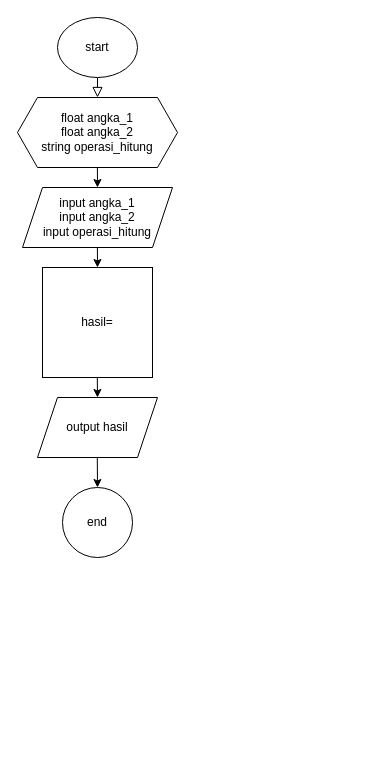
This is Untitled Diagram.drawio from keidiedhere/MICRO-QUIZ-2, a draw.io file, before an edit. Source tidied: cells renumbered, new cells numbered last; positions are measured from the earlier drawing's top-left corner, leaving out a move shared by most shapes. Both pictures are drawn from the tidied source at 100%, with x=0, y=0 at pixel (17, 17).
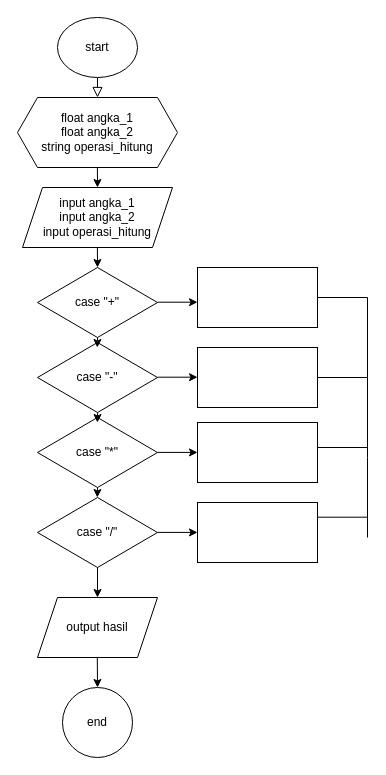
After the change.

Commit message (it also covers changes not shown here):
Update flowchart_calc

Diff of the diagram source:
```diff
@@
-    <mxCell id="8" value="hasil= " style="whiteSpace=wrap;html=1;" parent="1" vertex="1">
-      <mxGeometry x="25" y="250" width="110" height="110" as="geometry" />
-    </mxCell>
-    <mxCell id="9" style="endArrow=classic;html=1;rounded=0;" parent="1" edge="1">
+    <mxCell id="9" style="endArrow=classic;html=1;rounded=0;exitX=0.5;exitY=0.949;exitDx=0;exitDy=0;exitPerimeter=0;" parent="1" edge="1" source="28">
       <mxGeometry relative="1" as="geometry">
-        <mxPoint x="79.8" y="360" as="sourcePoint" />
-        <mxPoint x="80" y="380" as="targetPoint" />
+        <mxPoint x="80" y="580" as="targetPoint" />
       </mxGeometry>
     </mxCell>
     <mxCell id="10" value="output hasil" style="shape=parallelogram;perimeter=parallelogramPerimeter;whiteSpace=wrap;html=1;fixedSize=1;" parent="1" vertex="1">
-      <mxGeometry x="20" y="380" width="120" height="60" as="geometry" />
+      <mxGeometry x="20" y="580" width="120" height="60" as="geometry" />
     </mxCell>
     <mxCell id="11" style="endArrow=classic;html=1;rounded=0;" parent="1" edge="1">
       <mxGeometry relative="1" as="geometry">
-        <mxPoint x="79.8" y="440" as="sourcePoint" />
-        <mxPoint x="80" y="470" as="targetPoint" />
+        <mxPoint x="79.8" y="640" as="sourcePoint" />
+        <mxPoint x="80" y="670" as="targetPoint" />
       </mxGeometry>
     </mxCell>
     <mxCell id="12" value="end" style="ellipse;whiteSpace=wrap;html=1;" parent="1" vertex="1">
-      <mxGeometry x="45" y="470" width="70" height="70" as="geometry" />
+      <mxGeometry x="45" y="670" width="70" height="70" as="geometry" />
     </mxCell>
+    <mxCell id="13" value="case &quot;+&quot;" style="rhombus;whiteSpace=wrap;html=1;" parent="1" vertex="1">
+      <mxGeometry x="20" y="250" width="120" height="70" as="geometry" />
+    </mxCell>
+    <mxCell id="14" style="endArrow=classic;html=1;rounded=0;" parent="1" edge="1">
+      <mxGeometry relative="1" as="geometry">
+        <mxPoint x="140" y="284.7" as="sourcePoint" />
+        <mxPoint x="180" y="284.7" as="targetPoint" />
+      </mxGeometry>
+    </mxCell>
+    <mxCell id="15" style="rounded=0;whiteSpace=wrap;html=1;" parent="1" vertex="1">
+      <mxGeometry x="180" y="250" width="120" height="60" as="geometry" />
+    </mxCell>
+    <mxCell id="16" style="endArrow=none;html=1;rounded=0;" parent="1" edge="1">
+      <mxGeometry relative="1" as="geometry">
+        <mxPoint x="300" y="280" as="sourcePoint" />
+        <mxPoint x="350" y="280" as="targetPoint" />
+      </mxGeometry>
+    </mxCell>
+    <mxCell id="17" style="endArrow=none;html=1;rounded=0;" parent="1" edge="1">
+      <mxGeometry relative="1" as="geometry">
+        <mxPoint x="350" y="360" as="sourcePoint" />
+        <mxPoint x="350" y="280" as="targetPoint" />
+      </mxGeometry>
+    </mxCell>
+    <mxCell id="18" style="endArrow=none;html=1;rounded=0;" parent="1" edge="1">
+      <mxGeometry relative="1" as="geometry">
+        <mxPoint x="300" y="360" as="sourcePoint" />
+        <mxPoint x="350" y="360" as="targetPoint" />
+      </mxGeometry>
+    </mxCell>
+    <mxCell id="19" style="rounded=0;whiteSpace=wrap;html=1;" parent="1" vertex="1">
+      <mxGeometry x="180" y="330" width="120" height="60" as="geometry" />
+    </mxCell>
+    <mxCell id="20" style="endArrow=none;html=1;rounded=0;" parent="1" edge="1">
+      <mxGeometry relative="1" as="geometry">
+        <mxPoint x="350" y="440" as="sourcePoint" />
+        <mxPoint x="350" y="360" as="targetPoint" />
+      </mxGeometry>
+    </mxCell>
+    <mxCell id="21" style="endArrow=none;html=1;rounded=0;" parent="1" edge="1">
+      <mxGeometry relative="1" as="geometry">
+        <mxPoint x="300" y="430" as="sourcePoint" />
+        <mxPoint x="350" y="430" as="targetPoint" />
+      </mxGeometry>
+    </mxCell>
+    <mxCell id="22" style="rounded=0;whiteSpace=wrap;html=1;" parent="1" vertex="1">
+      <mxGeometry x="180" y="405" width="120" height="60" as="geometry" />
+    </mxCell>
+    <mxCell id="23" style="rounded=0;whiteSpace=wrap;html=1;" parent="1" vertex="1">
+      <mxGeometry x="180" y="485" width="120" height="60" as="geometry" />
+    </mxCell>
+    <mxCell id="24" style="endArrow=none;html=1;rounded=0;" parent="1" edge="1">
+      <mxGeometry relative="1" as="geometry">
+        <mxPoint x="350" y="520" as="sourcePoint" />
+        <mxPoint x="350" y="440" as="targetPoint" />
+      </mxGeometry>
+    </mxCell>
+    <mxCell id="25" style="endArrow=none;html=1;rounded=0;" parent="1" edge="1">
+      <mxGeometry relative="1" as="geometry">
+        <mxPoint x="300" y="499.7" as="sourcePoint" />
+        <mxPoint x="350" y="499.7" as="targetPoint" />
+      </mxGeometry>
+    </mxCell>
+    <mxCell id="26" value="case &quot;-&quot;" style="rhombus;whiteSpace=wrap;html=1;" parent="1" vertex="1">
+      <mxGeometry x="20" y="325" width="120" height="70" as="geometry" />
+    </mxCell>
+    <mxCell id="27" value="case &quot;*&quot;" style="rhombus;whiteSpace=wrap;html=1;" parent="1" vertex="1">
+      <mxGeometry x="20" y="400" width="120" height="70" as="geometry" />
+    </mxCell>
+    <mxCell id="28" value="case &quot;/&quot;" style="rhombus;whiteSpace=wrap;html=1;" parent="1" vertex="1">
+      <mxGeometry x="20" y="480" width="120" height="70" as="geometry" />
+    </mxCell>
+    <mxCell id="29" style="endArrow=classic;html=1;rounded=0;" parent="1" edge="1">
+      <mxGeometry relative="1" as="geometry">
+        <mxPoint x="80" y="470" as="sourcePoint" />
+        <mxPoint x="79.8" y="480" as="targetPoint" />
+      </mxGeometry>
+    </mxCell>
+    <mxCell id="30" style="endArrow=classic;html=1;rounded=0;" parent="1" edge="1">
+      <mxGeometry relative="1" as="geometry">
+        <mxPoint x="80.1" y="395" as="sourcePoint" />
+        <mxPoint x="79.9" y="405" as="targetPoint" />
+      </mxGeometry>
+    </mxCell>
+    <mxCell id="31" style="endArrow=classic;html=1;rounded=0;" parent="1" edge="1">
+      <mxGeometry relative="1" as="geometry">
+        <mxPoint x="80" y="320" as="sourcePoint" />
+        <mxPoint x="79.8" y="330" as="targetPoint" />
+      </mxGeometry>
+    </mxCell>
+    <mxCell id="32" style="endArrow=classic;html=1;rounded=0;" parent="1" edge="1">
+      <mxGeometry relative="1" as="geometry">
+        <mxPoint x="140" y="359.7" as="sourcePoint" />
+        <mxPoint x="180" y="359.7" as="targetPoint" />
+      </mxGeometry>
+    </mxCell>
+    <mxCell id="33" style="endArrow=classic;html=1;rounded=0;" parent="1" edge="1">
+      <mxGeometry relative="1" as="geometry">
+        <mxPoint x="140" y="434.9" as="sourcePoint" />
+        <mxPoint x="180" y="434.9" as="targetPoint" />
+      </mxGeometry>
+    </mxCell>
+    <mxCell id="34" style="endArrow=classic;html=1;rounded=0;" parent="1" edge="1">
+      <mxGeometry relative="1" as="geometry">
+        <mxPoint x="140" y="514.9" as="sourcePoint" />
+        <mxPoint x="180" y="514.9" as="targetPoint" />
+      </mxGeometry>
+    </mxCell>
```
